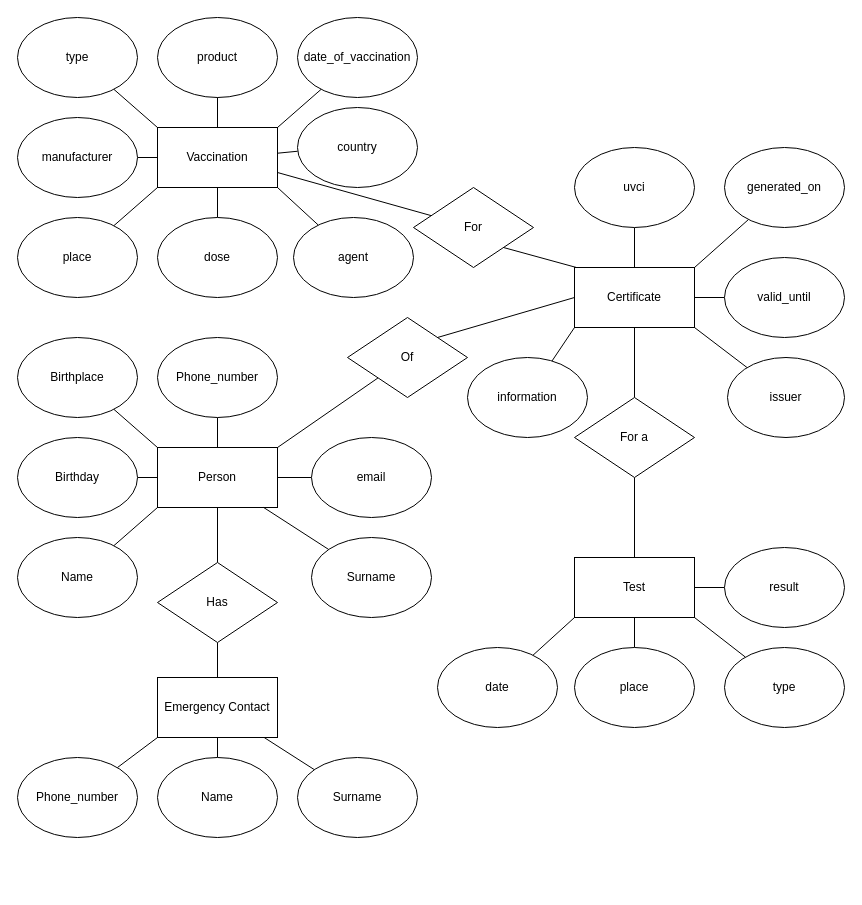
Before: model.drawio in bohbohb/COVID-19-certification-app, a draw.io diagram. Source tidied: cells renumbered, new cells numbered last; positions are measured from the earlier drawing's top-left corner, leaving out a move shared by most shapes. Both pictures are drawn from the tidied source at 100%, with x=0, y=0 at pixel (17, 17).
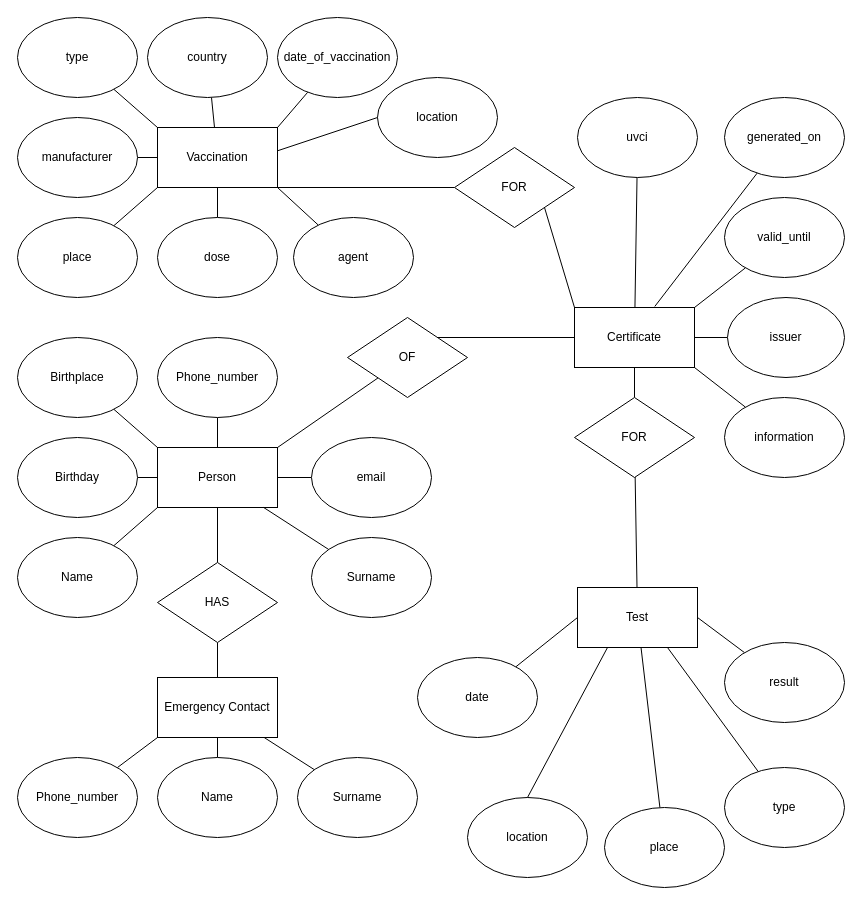
The same diagram, later.

Commit message (it also covers changes not shown here):
ER model completed

Unchanged cells that the change refers to:
```xml
<mxCell id="8" value="&lt;span&gt;Vaccination&lt;/span&gt;" style="rounded=0;whiteSpace=wrap;html=1;" parent="1" vertex="1">
  <mxGeometry x="140" y="110" width="120" height="60" as="geometry" />
</mxCell>
```

The edit, as a diff of the source:
```diff
@@
     <mxCell id="2" value="Certificate" style="rounded=0;whiteSpace=wrap;html=1;" parent="1" vertex="1">
-      <mxGeometry x="557" y="250" width="120" height="60" as="geometry" />
+      <mxGeometry x="557" y="290" width="120" height="60" as="geometry" />
     </mxCell>
@@
     <mxCell id="4" value="uvci" style="ellipse;whiteSpace=wrap;html=1;" parent="1" vertex="1">
-      <mxGeometry x="557" y="130" width="120" height="80" as="geometry" />
+      <mxGeometry x="560" y="80" width="120" height="80" as="geometry" />
     </mxCell>
-    <mxCell id="5" value="product" style="ellipse;whiteSpace=wrap;html=1;" parent="1" vertex="1">
-      <mxGeometry x="140" width="120" height="80" as="geometry" />
-    </mxCell>
-    <mxCell id="6" style="edgeStyle=none;html=1;endArrow=none;endFill=0;" parent="1" edge="1" source="8" target="5">
-      <mxGeometry relative="1" as="geometry" />
-    </mxCell>
-    <mxCell id="7" style="edgeStyle=none;html=1;endArrow=none;endFill=0;exitX=1;exitY=0.75;exitDx=0;exitDy=0;" parent="1" edge="1" source="8" target="29">
+    <mxCell id="7" style="edgeStyle=none;html=1;endArrow=none;endFill=0;exitX=1;exitY=1;exitDx=0;exitDy=0;" parent="1" edge="1" source="8" target="29">
       <mxGeometry relative="1" as="geometry" />
     </mxCell>
@@
-    <mxCell id="20" style="edgeStyle=none;html=1;endArrow=none;endFill=0;" parent="1" edge="1" source="21" target="2">
+    <mxCell id="20" style="edgeStyle=none;html=1;endArrow=none;endFill=0;entryX=1;entryY=0;entryDx=0;entryDy=0;" parent="1" edge="1" source="21" target="2">
       <mxGeometry relative="1" as="geometry" />
     </mxCell>
     <mxCell id="21" value="valid_until" style="ellipse;whiteSpace=wrap;html=1;" parent="1" vertex="1">
-      <mxGeometry x="707" y="240" width="120" height="80" as="geometry" />
+      <mxGeometry x="707" y="180" width="120" height="80" as="geometry" />
     </mxCell>
@@
-    <mxCell id="24" style="edgeStyle=none;html=1;endArrow=none;endFill=0;entryX=1;entryY=0;entryDx=0;entryDy=0;" parent="1" edge="1" source="25" target="2">
+    <mxCell id="24" style="edgeStyle=none;html=1;endArrow=none;endFill=0;entryX=0.669;entryY=-0.017;entryDx=0;entryDy=0;entryPerimeter=0;" parent="1" edge="1" source="25" target="2">
       <mxGeometry relative="1" as="geometry" />
     </mxCell>
     <mxCell id="25" value="generated_on" style="ellipse;whiteSpace=wrap;html=1;" parent="1" vertex="1">
-      <mxGeometry x="707" y="130" width="120" height="80" as="geometry" />
+      <mxGeometry x="707" y="80" width="120" height="80" as="geometry" />
     </mxCell>
-    <mxCell id="26" style="edgeStyle=none;html=1;endArrow=none;endFill=0;entryX=1;entryY=1;entryDx=0;entryDy=0;" parent="1" edge="1" source="27" target="2">
+    <mxCell id="26" style="edgeStyle=none;html=1;endArrow=none;endFill=0;entryX=1;entryY=0.5;entryDx=0;entryDy=0;" parent="1" edge="1" source="27" target="2">
       <mxGeometry relative="1" as="geometry" />
     </mxCell>
     <mxCell id="27" value="issuer" style="ellipse;whiteSpace=wrap;html=1;" parent="1" vertex="1">
-      <mxGeometry x="710" y="340" width="117" height="80" as="geometry" />
+      <mxGeometry x="710" y="280" width="117" height="80" as="geometry" />
     </mxCell>
-    <mxCell id="28" style="edgeStyle=none;html=1;endArrow=none;endFill=0;exitX=1;exitY=1;exitDx=0;exitDy=0;" parent="1" edge="1" source="29">
-      <mxGeometry relative="1" as="geometry">
-        <mxPoint x="559" y="250" as="targetPoint" />
-      </mxGeometry>
+    <mxCell id="28" style="edgeStyle=none;html=1;endArrow=none;endFill=0;exitX=1;exitY=1;exitDx=0;exitDy=0;entryX=0;entryY=0;entryDx=0;entryDy=0;" parent="1" edge="1" source="29" target="2">
+      <mxGeometry relative="1" as="geometry" />
     </mxCell>
-    <mxCell id="29" value="For" style="rhombus;whiteSpace=wrap;html=1;" parent="1" vertex="1">
-      <mxGeometry x="396" y="170" width="120" height="80" as="geometry" />
+    <mxCell id="29" value="FOR" style="rhombus;whiteSpace=wrap;html=1;" parent="1" vertex="1">
+      <mxGeometry x="437" y="130" width="120" height="80" as="geometry" />
     </mxCell>
-    <mxCell id="30" value="Of" style="rhombus;whiteSpace=wrap;html=1;" parent="1" vertex="1">
+    <mxCell id="30" value="OF" style="rhombus;whiteSpace=wrap;html=1;" parent="1" vertex="1">
       <mxGeometry x="330" y="300" width="120" height="80" as="geometry" />
     </mxCell>
@@
     <mxCell id="32" value="place" style="ellipse;whiteSpace=wrap;html=1;" parent="1" vertex="1">
-      <mxGeometry x="557" y="630" width="120" height="80" as="geometry" />
+      <mxGeometry x="587" y="790" width="120" height="80" as="geometry" />
     </mxCell>
@@
-    <mxCell id="34" style="edgeStyle=none;html=1;endArrow=none;endFill=0;" parent="1" edge="1" source="35" target="40">
+    <mxCell id="34" style="edgeStyle=none;html=1;endArrow=none;endFill=0;exitX=1;exitY=0.5;exitDx=0;exitDy=0;" parent="1" edge="1" source="35" target="40">
       <mxGeometry relative="1" as="geometry" />
     </mxCell>
     <mxCell id="35" value="Test" style="rounded=0;whiteSpace=wrap;html=1;" parent="1" vertex="1">
-      <mxGeometry x="557" y="540" width="120" height="60" as="geometry" />
+      <mxGeometry x="560" y="570" width="120" height="60" as="geometry" />
     </mxCell>
@@
-    <mxCell id="37" value="For a" style="rhombus;whiteSpace=wrap;html=1;" parent="1" vertex="1">
+    <mxCell id="37" value="FOR" style="rhombus;whiteSpace=wrap;html=1;" parent="1" vertex="1">
       <mxGeometry x="557" y="380" width="120" height="80" as="geometry" />
     </mxCell>
-    <mxCell id="38" style="edgeStyle=none;html=1;endArrow=none;endFill=0;entryX=0;entryY=1;entryDx=0;entryDy=0;" parent="1" edge="1" source="39" target="35">
+    <mxCell id="38" style="edgeStyle=none;html=1;endArrow=none;endFill=0;entryX=0;entryY=0.5;entryDx=0;entryDy=0;" parent="1" edge="1" source="39" target="35">
       <mxGeometry relative="1" as="geometry" />
     </mxCell>
     <mxCell id="39" value="date" style="ellipse;whiteSpace=wrap;html=1;" parent="1" vertex="1">
-      <mxGeometry x="420" y="630" width="120" height="80" as="geometry" />
+      <mxGeometry x="400" y="640" width="120" height="80" as="geometry" />
     </mxCell>
     <mxCell id="40" value="result" style="ellipse;whiteSpace=wrap;html=1;" parent="1" vertex="1">
-      <mxGeometry x="707" y="530" width="120" height="80" as="geometry" />
+      <mxGeometry x="707" y="625" width="120" height="80" as="geometry" />
     </mxCell>
-    <mxCell id="41" style="edgeStyle=none;html=1;endArrow=none;endFill=0;entryX=1;entryY=1;entryDx=0;entryDy=0;" parent="1" edge="1" source="42" target="35">
+    <mxCell id="41" style="edgeStyle=none;html=1;endArrow=none;endFill=0;entryX=0.75;entryY=1;entryDx=0;entryDy=0;" parent="1" edge="1" source="42" target="35">
       <mxGeometry relative="1" as="geometry" />
     </mxCell>
     <mxCell id="42" value="type" style="ellipse;whiteSpace=wrap;html=1;" parent="1" vertex="1">
-      <mxGeometry x="707" y="630" width="120" height="80" as="geometry" />
+      <mxGeometry x="707" y="750" width="120" height="80" as="geometry" />
     </mxCell>
@@
-    <mxCell id="52" value="Has" style="rhombus;whiteSpace=wrap;html=1;" parent="1" vertex="1">
+    <mxCell id="52" value="HAS" style="rhombus;whiteSpace=wrap;html=1;" parent="1" vertex="1">
       <mxGeometry x="140" y="545" width="120" height="80" as="geometry" />
     </mxCell>
@@
     <mxCell id="62" value="date_of_vaccination" style="ellipse;whiteSpace=wrap;html=1;" parent="1" vertex="1">
-      <mxGeometry x="280" width="120" height="80" as="geometry" />
+      <mxGeometry x="260" width="120" height="80" as="geometry" />
     </mxCell>
@@
     <mxCell id="66" value="country" style="ellipse;whiteSpace=wrap;html=1;" parent="1" vertex="1">
-      <mxGeometry x="280" y="90" width="120" height="80" as="geometry" />
+      <mxGeometry x="130" width="120" height="80" as="geometry" />
     </mxCell>
@@
-    <mxCell id="69" style="edgeStyle=none;html=1;endArrow=none;endFill=0;entryX=0;entryY=1;entryDx=0;entryDy=0;" parent="1" edge="1" source="70" target="2">
+    <mxCell id="69" style="edgeStyle=none;html=1;endArrow=none;endFill=0;entryX=1;entryY=1;entryDx=0;entryDy=0;" parent="1" edge="1" source="70" target="2">
       <mxGeometry relative="1" as="geometry" />
     </mxCell>
     <mxCell id="70" value="information" style="ellipse;whiteSpace=wrap;html=1;" parent="1" vertex="1">
-      <mxGeometry x="450" y="340" width="120" height="80" as="geometry" />
+      <mxGeometry x="707" y="380" width="120" height="80" as="geometry" />
     </mxCell>
+    <mxCell id="71" value="location" style="ellipse;whiteSpace=wrap;html=1;" parent="1" vertex="1">
+      <mxGeometry x="360" y="60" width="120" height="80" as="geometry" />
+    </mxCell>
+    <mxCell id="72" style="edgeStyle=none;html=1;endArrow=none;endFill=0;exitX=0.996;exitY=0.391;exitDx=0;exitDy=0;entryX=0;entryY=0.5;entryDx=0;entryDy=0;exitPerimeter=0;" parent="1" edge="1" source="8" target="71">
+      <mxGeometry relative="1" as="geometry" />
+    </mxCell>
+    <mxCell id="73" value="location" style="ellipse;whiteSpace=wrap;html=1;" parent="1" vertex="1">
+      <mxGeometry x="450" y="780" width="120" height="80" as="geometry" />
+    </mxCell>
+    <mxCell id="74" style="edgeStyle=none;html=1;endArrow=none;endFill=0;entryX=0.5;entryY=0;entryDx=0;entryDy=0;exitX=0.25;exitY=1;exitDx=0;exitDy=0;" parent="1" edge="1" source="35" target="73">
+      <mxGeometry relative="1" as="geometry" />
+    </mxCell>
```
